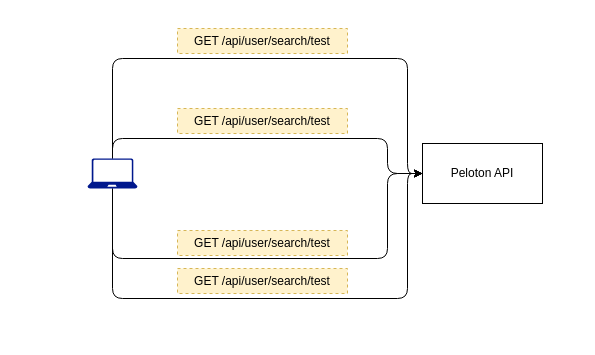
Earlier version of the draw.io diagram page "11.2" (12 of 12) of ch11.drawio (abunuwas/api-sec-book-imgs). Source tidied: cells renumbered, new cells numbered last; positions are measured from the earlier drawing's top-left corner, leaving out a move shared by most shapes. Both pictures are drawn from the tidied source at 100%, with x=0, y=0 at pixel (87, 28).
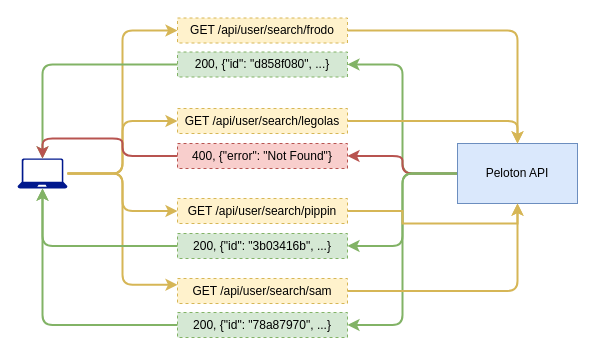
The same page after the edit.

The edit, as a diff of the source:
```diff
@@
+    <mxCell id="12" style="edgeStyle=orthogonalEdgeStyle;rounded=1;jettySize=auto;html=1;entryX=1;entryY=0.5;entryDx=0;entryDy=0;curved=0;fillColor=#d5e8d4;strokeColor=#82b366;strokeWidth=2;" parent="1" edge="1" source="2" target="21">
+      <mxGeometry relative="1" as="geometry" />
+    </mxCell>
+    <mxCell id="13" style="edgeStyle=orthogonalEdgeStyle;rounded=1;jettySize=auto;html=1;entryX=1;entryY=0.5;entryDx=0;entryDy=0;curved=0;fillColor=#f8cecc;strokeColor=#b85450;strokeWidth=2;" parent="1" edge="1" source="2" target="22">
+      <mxGeometry relative="1" as="geometry" />
+    </mxCell>
+    <mxCell id="14" style="edgeStyle=orthogonalEdgeStyle;rounded=1;jettySize=auto;html=1;entryX=1;entryY=0.5;entryDx=0;entryDy=0;curved=0;fillColor=#d5e8d4;strokeColor=#82b366;strokeWidth=2;" parent="1" edge="1" source="2" target="23">
+      <mxGeometry relative="1" as="geometry" />
+    </mxCell>
+    <mxCell id="15" style="edgeStyle=orthogonalEdgeStyle;rounded=1;jettySize=auto;html=1;entryX=1;entryY=0.5;entryDx=0;entryDy=0;curved=0;fillColor=#d5e8d4;strokeColor=#82b366;strokeWidth=2;" parent="1" edge="1" source="2" target="24">
+      <mxGeometry relative="1" as="geometry" />
+    </mxCell>
-    <mxCell id="2" value="Peloton API" style="rounded=0;whiteSpace=wrap;html=1;" parent="1" vertex="1">
-      <mxGeometry x="335" y="115" width="120" height="60" as="geometry" />
+    <mxCell id="2" value="Peloton API" style="rounded=0;whiteSpace=wrap;html=1;fillColor=#dae8fc;strokeColor=#6c8ebf;" parent="1" vertex="1">
+      <mxGeometry x="370" y="115" width="120" height="60" as="geometry" />
     </mxCell>
-    <mxCell id="3" style="edgeStyle=orthogonalEdgeStyle;rounded=1;jettySize=auto;html=1;entryX=0;entryY=0.5;entryDx=0;entryDy=0;curved=0;" parent="1" edge="1" source="7" target="2">
-      <mxGeometry relative="1" as="geometry">
-        <Array as="points">
-          <mxPoint x="25" y="30" />
-          <mxPoint x="320" y="30" />
-          <mxPoint x="320" y="145" />
-        </Array>
-      </mxGeometry>
-    </mxCell>
-    <mxCell id="4" style="edgeStyle=orthogonalEdgeStyle;rounded=1;jettySize=auto;html=1;entryX=0;entryY=0.5;entryDx=0;entryDy=0;curved=0;" parent="1" edge="1" source="7" target="2">
-      <mxGeometry relative="1" as="geometry">
-        <Array as="points">
-          <mxPoint x="25" y="110" />
-          <mxPoint x="300" y="110" />
-          <mxPoint x="300" y="145" />
-        </Array>
-      </mxGeometry>
-    </mxCell>
-    <mxCell id="5" style="edgeStyle=orthogonalEdgeStyle;rounded=1;jettySize=auto;html=1;entryX=0;entryY=0.5;entryDx=0;entryDy=0;curved=0;" parent="1" edge="1" source="7" target="2">
-      <mxGeometry relative="1" as="geometry">
-        <Array as="points">
-          <mxPoint x="25" y="230" />
-          <mxPoint x="300" y="230" />
-          <mxPoint x="300" y="145" />
-        </Array>
-      </mxGeometry>
-    </mxCell>
-    <mxCell id="6" style="edgeStyle=orthogonalEdgeStyle;rounded=1;jettySize=auto;html=1;entryX=0;entryY=0.5;entryDx=0;entryDy=0;curved=0;" parent="1" edge="1" source="7" target="2">
-      <mxGeometry relative="1" as="geometry">
-        <Array as="points">
-          <mxPoint x="25" y="270" />
-          <mxPoint x="320" y="270" />
-          <mxPoint x="320" y="145" />
-        </Array>
-      </mxGeometry>
-    </mxCell>
+    <mxCell id="16" style="edgeStyle=orthogonalEdgeStyle;rounded=1;jettySize=auto;html=1;entryX=0;entryY=0.25;entryDx=0;entryDy=0;curved=0;fillColor=#fff2cc;strokeColor=#d6b656;strokeWidth=2;" parent="1" edge="1" source="7" target="11">
+      <mxGeometry relative="1" as="geometry" />
+    </mxCell>
     <mxCell id="7" style="sketch=0;shadow=0;dashed=0;html=1;strokeColor=none;labelPosition=center;verticalLabelPosition=bottom;verticalAlign=top;align=center;fillColor=#00188D;shape=mxgraph.azure.laptop;" parent="1" vertex="1">
-      <mxGeometry y="130" width="50" height="30" as="geometry" />
+      <mxGeometry x="-70" y="130" width="50" height="30" as="geometry" />
     </mxCell>
+    <mxCell id="17" style="edgeStyle=orthogonalEdgeStyle;rounded=1;jettySize=auto;html=1;entryX=0.5;entryY=0;entryDx=0;entryDy=0;curved=0;fillColor=#fff2cc;strokeColor=#d6b656;strokeWidth=2;" parent="1" edge="1" source="8" target="2">
+      <mxGeometry relative="1" as="geometry" />
+    </mxCell>
-    <mxCell id="8" value="GET /api/user/search/test" style="text;html=1;align=center;verticalAlign=middle;whiteSpace=wrap;rounded=0;fillColor=#fff2cc;strokeColor=#d6b656;dashed=1;" parent="1" vertex="1">
-      <mxGeometry x="90" width="170" height="25" as="geometry" />
+    <mxCell id="8" value="GET /api/user/search/frodo" style="text;html=1;align=center;verticalAlign=middle;whiteSpace=wrap;rounded=0;fillColor=#fff2cc;strokeColor=#d6b656;dashed=1;" parent="1" vertex="1">
+      <mxGeometry x="90" y="-10.5" width="170" height="25" as="geometry" />
     </mxCell>
+    <mxCell id="18" style="edgeStyle=orthogonalEdgeStyle;rounded=1;jettySize=auto;html=1;entryX=0.5;entryY=0;entryDx=0;entryDy=0;curved=0;fillColor=#fff2cc;strokeColor=#d6b656;strokeWidth=2;" parent="1" edge="1" source="9" target="2">
+      <mxGeometry relative="1" as="geometry" />
+    </mxCell>
-    <mxCell id="9" value="GET /api/user/search/test" style="text;html=1;align=center;verticalAlign=middle;whiteSpace=wrap;rounded=0;fillColor=#fff2cc;strokeColor=#d6b656;dashed=1;" parent="1" vertex="1">
+    <mxCell id="9" value="GET /api/user/search/legolas" style="text;html=1;align=center;verticalAlign=middle;whiteSpace=wrap;rounded=0;fillColor=#fff2cc;strokeColor=#d6b656;dashed=1;" parent="1" vertex="1">
       <mxGeometry x="90" y="80" width="170" height="25" as="geometry" />
     </mxCell>
+    <mxCell id="19" style="edgeStyle=orthogonalEdgeStyle;rounded=0;jettySize=auto;html=1;entryX=0.5;entryY=1;entryDx=0;entryDy=0;fillColor=#fff2cc;strokeColor=#d6b656;strokeWidth=2;" parent="1" edge="1" source="10" target="2">
+      <mxGeometry relative="1" as="geometry" />
+    </mxCell>
-    <mxCell id="10" value="GET /api/user/search/test" style="text;html=1;align=center;verticalAlign=middle;whiteSpace=wrap;rounded=0;fillColor=#fff2cc;strokeColor=#d6b656;dashed=1;" parent="1" vertex="1">
-      <mxGeometry x="90" y="202" width="170" height="25" as="geometry" />
+    <mxCell id="10" value="GET /api/user/search/pippin" style="text;html=1;align=center;verticalAlign=middle;whiteSpace=wrap;rounded=0;fillColor=#fff2cc;strokeColor=#d6b656;dashed=1;" parent="1" vertex="1">
+      <mxGeometry x="90" y="170" width="170" height="25" as="geometry" />
     </mxCell>
+    <mxCell id="20" style="edgeStyle=orthogonalEdgeStyle;rounded=1;jettySize=auto;html=1;curved=0;fillColor=#fff2cc;strokeColor=#d6b656;strokeWidth=2;" parent="1" edge="1" source="11" target="2">
+      <mxGeometry relative="1" as="geometry" />
+    </mxCell>
-    <mxCell id="11" value="GET /api/user/search/test" style="text;html=1;align=center;verticalAlign=middle;whiteSpace=wrap;rounded=0;fillColor=#fff2cc;strokeColor=#d6b656;dashed=1;" parent="1" vertex="1">
-      <mxGeometry x="90" y="240" width="170" height="25" as="geometry" />
+    <mxCell id="11" value="GET /api/user/search/sam" style="text;html=1;align=center;verticalAlign=middle;whiteSpace=wrap;rounded=0;fillColor=#fff2cc;strokeColor=#d6b656;dashed=1;" parent="1" vertex="1">
+      <mxGeometry x="90" y="250" width="170" height="25" as="geometry" />
     </mxCell>
+    <mxCell id="21" value="200, {&quot;id&quot;: &quot;d858f080&quot;, ...}" style="text;html=1;align=center;verticalAlign=middle;whiteSpace=wrap;rounded=0;fillColor=#d5e8d4;strokeColor=#82b366;dashed=1;" parent="1" vertex="1">
+      <mxGeometry x="90" y="23.5" width="170" height="25" as="geometry" />
+    </mxCell>
+    <mxCell id="22" value="400, {&quot;error&quot;: &quot;Not Found&quot;}" style="text;html=1;align=center;verticalAlign=middle;whiteSpace=wrap;rounded=0;fillColor=#f8cecc;strokeColor=#b85450;dashed=1;" parent="1" vertex="1">
+      <mxGeometry x="90" y="115" width="170" height="25" as="geometry" />
+    </mxCell>
+    <mxCell id="23" value="200, {&quot;id&quot;: &quot;3b03416b&quot;, ...}" style="text;html=1;align=center;verticalAlign=middle;whiteSpace=wrap;rounded=0;fillColor=#d5e8d4;strokeColor=#82b366;dashed=1;" parent="1" vertex="1">
+      <mxGeometry x="90" y="205" width="170" height="25" as="geometry" />
+    </mxCell>
+    <mxCell id="24" value="200, {&quot;id&quot;: &quot;78a87970&quot;, ...}" style="text;html=1;align=center;verticalAlign=middle;whiteSpace=wrap;rounded=0;fillColor=#d5e8d4;strokeColor=#82b366;dashed=1;" parent="1" vertex="1">
+      <mxGeometry x="90" y="284" width="170" height="25" as="geometry" />
+    </mxCell>
+    <mxCell id="25" style="edgeStyle=orthogonalEdgeStyle;rounded=1;jettySize=auto;html=1;entryX=0;entryY=0.5;entryDx=0;entryDy=0;curved=0;fillColor=#fff2cc;strokeColor=#d6b656;strokeWidth=2;" parent="1" edge="1" source="7" target="9">
+      <mxGeometry relative="1" as="geometry" />
+    </mxCell>
+    <mxCell id="26" style="edgeStyle=orthogonalEdgeStyle;rounded=1;jettySize=auto;html=1;entryX=0;entryY=0.5;entryDx=0;entryDy=0;curved=0;fillColor=#fff2cc;strokeColor=#d6b656;strokeWidth=2;" parent="1" edge="1" source="7" target="10">
+      <mxGeometry relative="1" as="geometry" />
+    </mxCell>
+    <mxCell id="27" style="edgeStyle=orthogonalEdgeStyle;rounded=1;jettySize=auto;html=1;entryX=0;entryY=0.5;entryDx=0;entryDy=0;curved=0;fillColor=#fff2cc;strokeColor=#d6b656;strokeWidth=2;" parent="1" edge="1" source="7" target="8">
+      <mxGeometry relative="1" as="geometry" />
+    </mxCell>
+    <mxCell id="28" style="edgeStyle=orthogonalEdgeStyle;rounded=1;jettySize=auto;html=1;entryX=0.5;entryY=0;entryDx=0;entryDy=0;entryPerimeter=0;curved=0;fillColor=#d5e8d4;strokeColor=#82b366;strokeWidth=2;" parent="1" edge="1" source="21" target="7">
+      <mxGeometry relative="1" as="geometry" />
+    </mxCell>
+    <mxCell id="29" style="edgeStyle=orthogonalEdgeStyle;rounded=1;jettySize=auto;html=1;entryX=0.5;entryY=0;entryDx=0;entryDy=0;entryPerimeter=0;curved=0;fillColor=#f8cecc;strokeColor=#b85450;strokeWidth=2;" parent="1" edge="1" source="22" target="7">
+      <mxGeometry relative="1" as="geometry" />
+    </mxCell>
+    <mxCell id="30" style="edgeStyle=orthogonalEdgeStyle;rounded=1;jettySize=auto;html=1;entryX=0.5;entryY=1;entryDx=0;entryDy=0;entryPerimeter=0;curved=0;fillColor=#d5e8d4;strokeColor=#82b366;strokeWidth=2;" parent="1" edge="1" source="23" target="7">
+      <mxGeometry relative="1" as="geometry" />
+    </mxCell>
+    <mxCell id="31" style="edgeStyle=orthogonalEdgeStyle;rounded=1;jettySize=auto;html=1;entryX=0.5;entryY=1;entryDx=0;entryDy=0;entryPerimeter=0;curved=0;fillColor=#d5e8d4;strokeColor=#82b366;strokeWidth=2;" parent="1" edge="1" source="24" target="7">
+      <mxGeometry relative="1" as="geometry" />
+    </mxCell>
```
